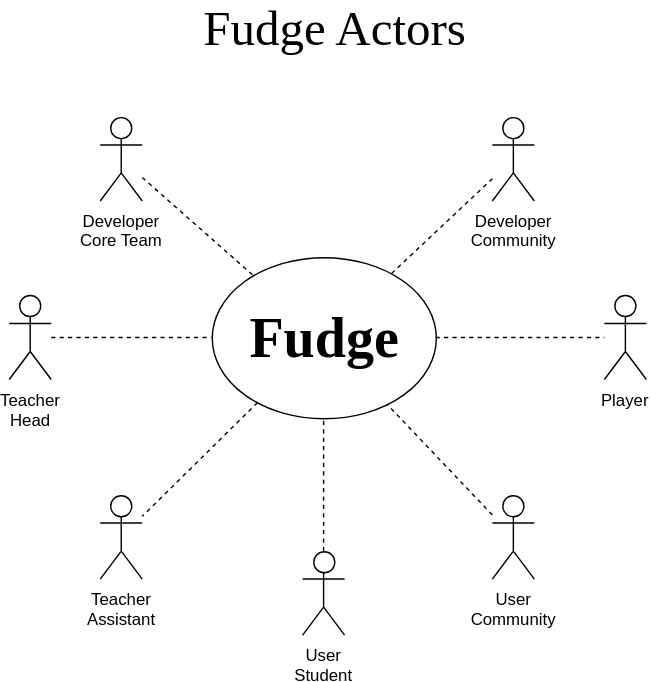
Earlier version of the draw.io export Documentation/Design/Actors.svg (JirkaDellOro/FUDGE). Source tidied: cells renumbered, new cells last; positions are measured from the earlier drawing's top-left corner, leaving out a move shared by most shapes.
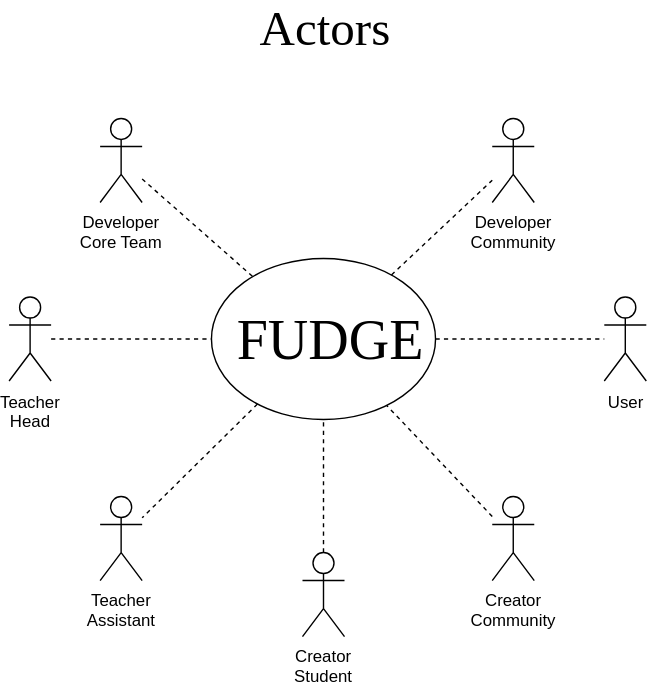
After the change.

Commit message:
User -> Creator, Player -> User

The edit, as a diff of the source:
```diff
@@ -5,28 +5,28 @@
     <mxCell id="2" value="Developer&lt;br&gt;Core Team&lt;br&gt;" style="shape=umlActor;verticalLabelPosition=bottom;labelBackgroundColor=#ffffff;verticalAlign=top;html=1;outlineConnect=0;" parent="1" vertex="1">
       <mxGeometry x="65" y="73" width="30" height="60" as="geometry" />
     </mxCell>
-    <mxCell id="3" value="Fudge Actors" style="text;html=1;strokeColor=none;fillColor=none;align=center;verticalAlign=middle;whiteSpace=wrap;rounded=0;fontSize=35;fontFamily=Vivaldi;" parent="1" vertex="1">
+    <mxCell id="3" value="&lt;font face=&quot;Tahoma&quot;&gt;Actors&lt;/font&gt;" style="text;html=1;strokeColor=none;fillColor=none;align=center;verticalAlign=middle;whiteSpace=wrap;rounded=0;fontSize=35;fontFamily=Vivaldi;" parent="1" vertex="1">
       <mxGeometry x="104.5" width="240" height="20" as="geometry" />
     </mxCell>
     <mxCell id="4" value="Developer&lt;br&gt;Community&lt;br&gt;" style="shape=umlActor;verticalLabelPosition=bottom;labelBackgroundColor=#ffffff;verticalAlign=top;html=1;outlineConnect=0;" parent="1" vertex="1">
       <mxGeometry x="345" y="73" width="30" height="60" as="geometry" />
     </mxCell>
-    <mxCell id="5" value="&lt;span style=&quot;background-color: rgb(255 , 255 , 255)&quot;&gt;User&lt;br&gt;Student&lt;/span&gt;&lt;br&gt;" style="shape=umlActor;verticalLabelPosition=bottom;labelBackgroundColor=#ffffff;verticalAlign=top;html=1;outlineConnect=0;" parent="1" vertex="1">
+    <mxCell id="5" value="&lt;span style=&quot;background-color: rgb(255 , 255 , 255)&quot;&gt;Creator&lt;br&gt;Student&lt;/span&gt;" style="shape=umlActor;verticalLabelPosition=bottom;labelBackgroundColor=#ffffff;verticalAlign=top;html=1;outlineConnect=0;" parent="1" vertex="1">
       <mxGeometry x="209.5" y="383" width="30" height="60" as="geometry" />
     </mxCell>
     <mxCell id="6" value="Teacher&lt;br&gt;Head&lt;br&gt;" style="shape=umlActor;verticalLabelPosition=bottom;labelBackgroundColor=#ffffff;verticalAlign=top;html=1;outlineConnect=0;" parent="1" vertex="1">
       <mxGeometry y="200.5" width="30" height="60" as="geometry" />
     </mxCell>
-    <mxCell id="7" value="Player&lt;br&gt;" style="shape=umlActor;verticalLabelPosition=bottom;labelBackgroundColor=#ffffff;verticalAlign=top;html=1;outlineConnect=0;direction=east;" parent="1" vertex="1">
+    <mxCell id="7" value="User" style="shape=umlActor;verticalLabelPosition=bottom;labelBackgroundColor=#ffffff;verticalAlign=top;html=1;outlineConnect=0;direction=east;" parent="1" vertex="1">
       <mxGeometry x="425" y="200.5" width="30" height="60" as="geometry" />
     </mxCell>
-    <mxCell id="8" value="User&lt;br&gt;Community&lt;br&gt;" style="shape=umlActor;verticalLabelPosition=bottom;labelBackgroundColor=#ffffff;verticalAlign=top;html=1;outlineConnect=0;" parent="1" vertex="1">
+    <mxCell id="8" value="Creator&lt;br&gt;Community" style="shape=umlActor;verticalLabelPosition=bottom;labelBackgroundColor=#ffffff;verticalAlign=top;html=1;outlineConnect=0;" parent="1" vertex="1">
       <mxGeometry x="345" y="343" width="30" height="60" as="geometry" />
     </mxCell>
     <mxCell id="9" value="Teacher&lt;br&gt;Assistant&lt;br&gt;" style="shape=umlActor;verticalLabelPosition=bottom;labelBackgroundColor=#ffffff;verticalAlign=top;html=1;outlineConnect=0;" parent="1" vertex="1">
       <mxGeometry x="65" y="343" width="30" height="60" as="geometry" />
     </mxCell>
-    <mxCell id="10" value="&lt;h1&gt;&lt;font style=&quot;font-size: 40px&quot;&gt;Fudge&lt;/font&gt;&lt;/h1&gt;" style="ellipse;whiteSpace=wrap;html=1;fontFamily=Vivaldi;" parent="1" vertex="1">
+    <mxCell id="10" value="&lt;p&gt;&lt;font style=&quot;font-size: 40px&quot;&gt;FUDGE&lt;/font&gt;&lt;/p&gt;" style="ellipse;whiteSpace=wrap;html=1;fontFamily=Tahoma;align=center;fontStyle=0;spacing=2;" parent="1" vertex="1">
       <mxGeometry x="144.5" y="173" width="160" height="115" as="geometry" />
     </mxCell>
     <mxCell id="11" style="endArrow=none;dashed=1;html=1;" parent="1" edge="1" source="10" target="9">
```
